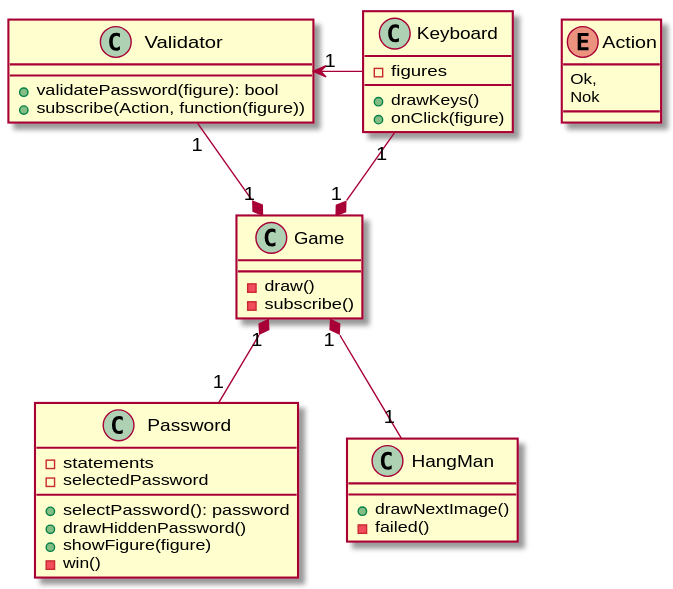
This is doc/class_diagram.svg from JeraldStarr/Hang-Man, a PlantUML export, as it was before one commit. Its source is kept beside it as doc/class_diagram.plantuml.
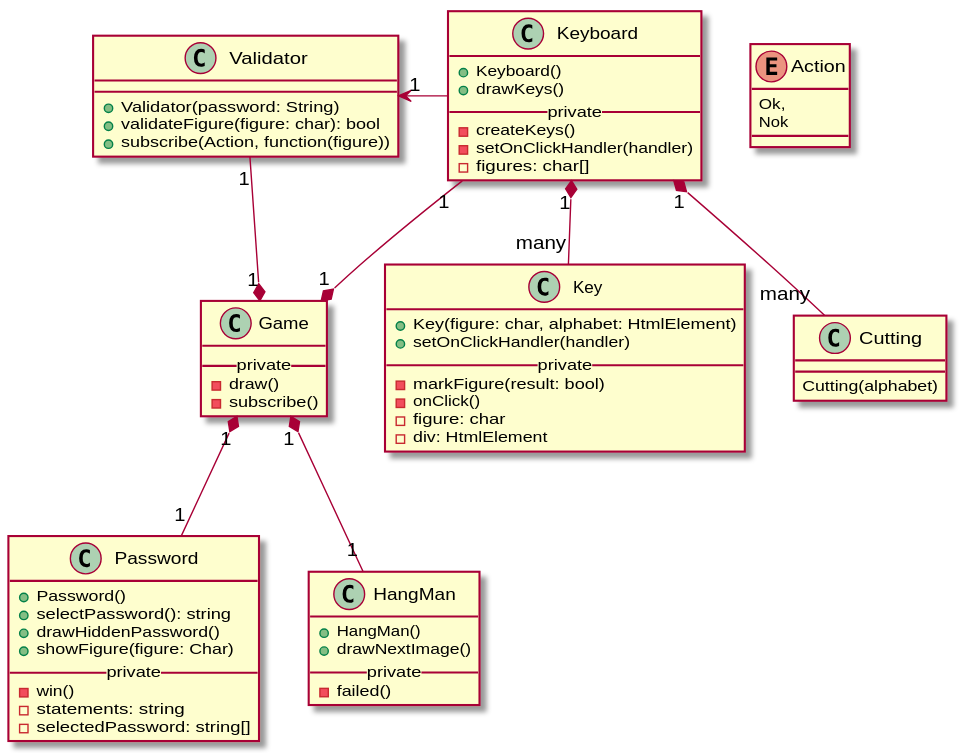
After the commit.

Commit message:
Add klass Key and Cutting.

Diff of the diagram source:
```diff
@@ -1,37 +1,60 @@
 @startuml
 
 class Keyboard {
+    + Keyboard()
     + drawKeys()
-    + onClick(figure)
-    - figures
+    __ private __
+    - createKeys()
+    - setOnClickHandler(handler)
+    - figures: char[]
+}
+
+class Key {
+    + Key(figure: char, alphabet: HtmlElement)
+    + setOnClickHandler(handler)
+    __ private __
+    -markFigure(result: bool)
+    - onClick()
+    -figure: char
+    -div: HtmlElement
+}
+class Cutting {
+    Cutting(alphabet)
 }
 class Password {
-    + selectPassword(): password
+    + Password()
+    + selectPassword(): string
     + drawHiddenPassword()
-    + showFigure(figure)
+    + showFigure(figure: Char)
+    __ private __
     - win()
-    - statements
-    - selectedPassword
+    - statements: string
+    - selectedPassword: string[]
 }
 class HangMan {
+    + HangMan()
     + drawNextImage()
+    __ private __
     - failed()
 }
 class Validator {
-    + validatePassword(figure): bool
+    + Validator(password: String)
+    + validateFigure(figure: char): bool
     + subscribe(Action, function(figure))
 }
 class Game {
+    __ private __
     - draw()
     - subscribe()
 }
-
 enum Action {
     Ok,
     Nok
 }
 
 Keyboard "1" --* "1" Game
+Keyboard "1" *-- "many" Key
+Keyboard "1" *-- "many" Cutting
 Game "1" *-- "1" HangMan
 Game "1" *-- "1" Password
 Game "1" *-- "1" Validator
```
